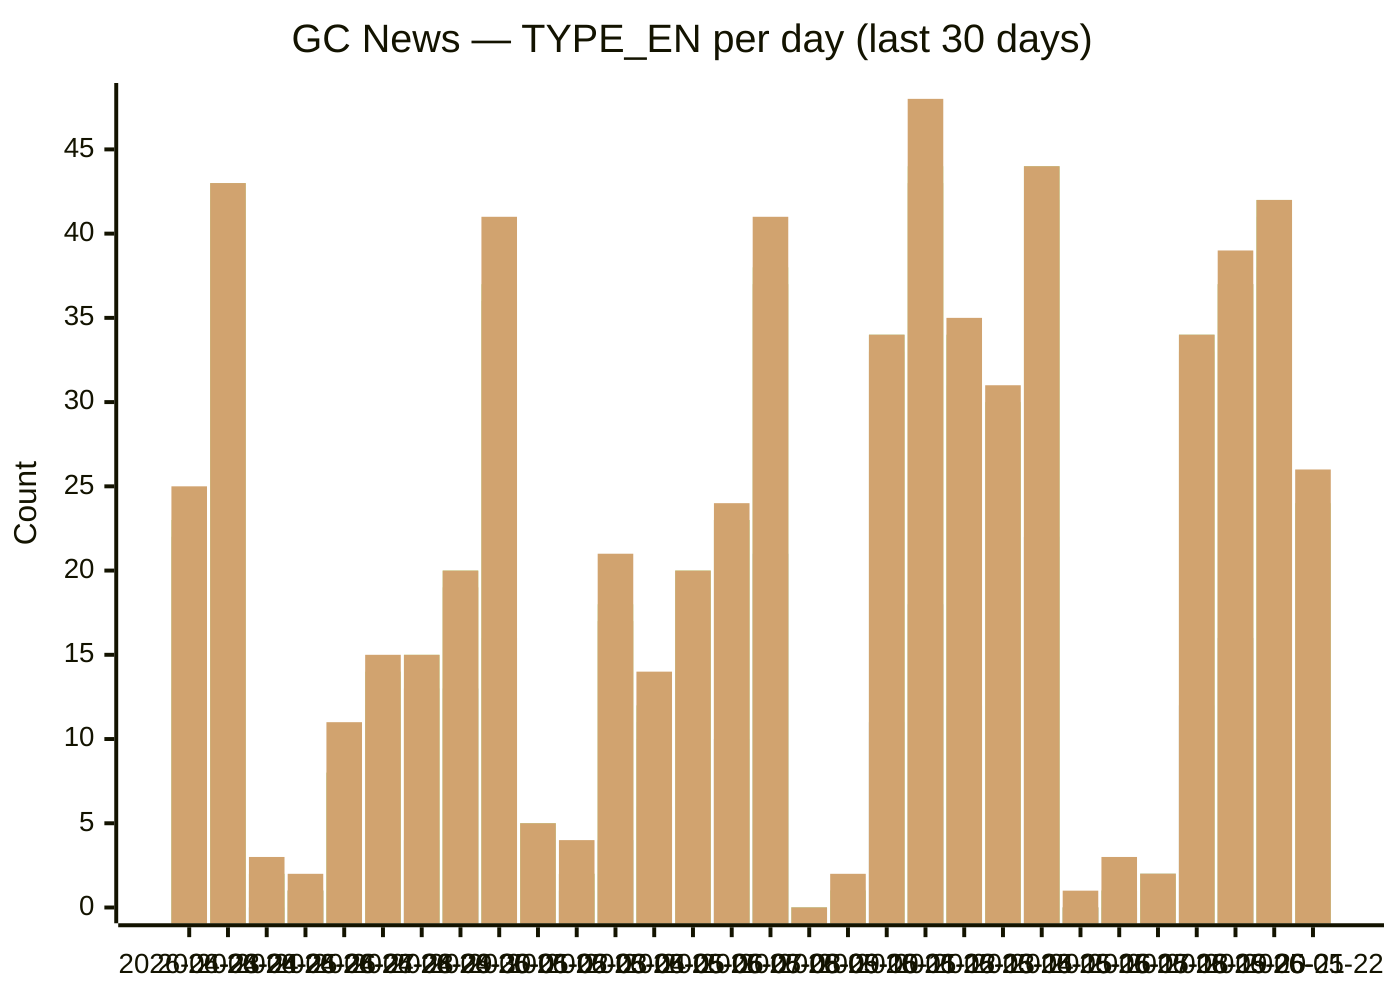
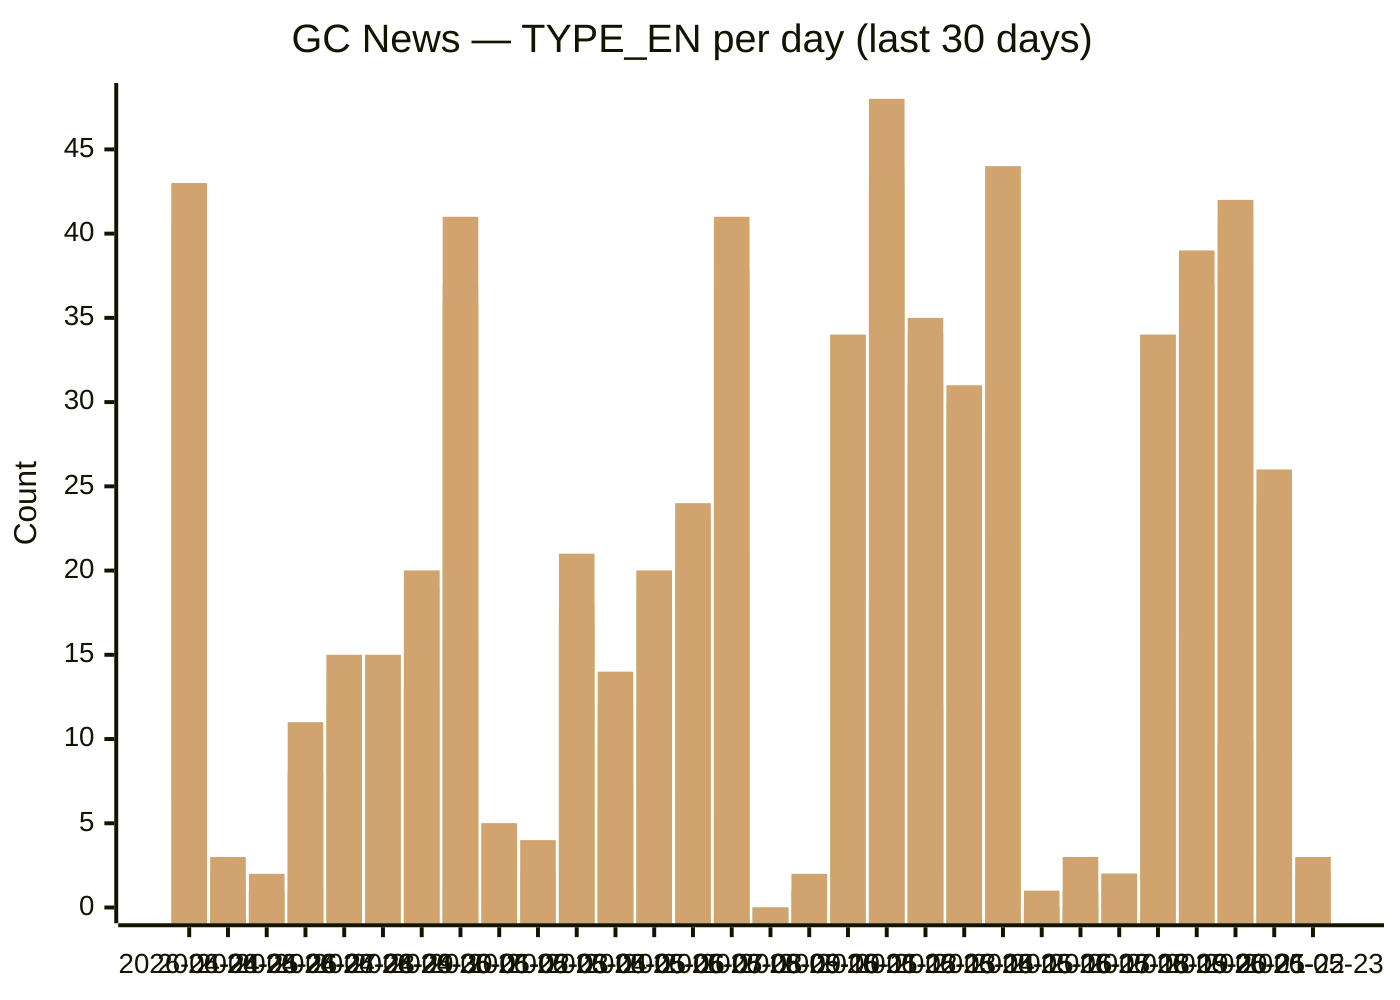
xychart-beta
  title "GC News — TYPE_EN per day (last 30 days)"
-   x-axis [2026-04-23, 2026-04-24, 2026-04-25, 2026-04-26, 2026-04-27, 2026-04-28, 2026-04-29, 2026-04-30, 2026-05-01, 2026-05-02, 2026-05-03, 2026-05-04, 2026-05-05, 2026-05-06, 2026-05-07, 2026-05-08, 2026-05-09, 2026-05-10, 2026-05-11, 2026-05-12, 2026-05-13, 2026-05-14, 2026-05-15, 2026-05-16, 2026-05-17, 2026-05-18, 2026-05-19, 2026-05-20, 2026-05-21, 2026-05-22]
+   x-axis [2026-04-24, 2026-04-25, 2026-04-26, 2026-04-27, 2026-04-28, 2026-04-29, 2026-04-30, 2026-05-01, 2026-05-02, 2026-05-03, 2026-05-04, 2026-05-05, 2026-05-06, 2026-05-07, 2026-05-08, 2026-05-09, 2026-05-10, 2026-05-11, 2026-05-12, 2026-05-13, 2026-05-14, 2026-05-15, 2026-05-16, 2026-05-17, 2026-05-18, 2026-05-19, 2026-05-20, 2026-05-21, 2026-05-22, 2026-05-23]
  y-axis "Count" 0 --> 48
-   bar backgrounders [1, 5, 0, 0, 1, 1, 0, 1, 1, 0, 0, 2, 1, 2, 0, 5, 0, 0, 2, 6, 2, 4, 5, 0, 0, 0, 1, 1, 3, 3]
-   bar "media advisories" [13, 6, 0, 1, 1, 7, 4, 13, 16, 0, 1, 4, 6, 7, 10, 21, 0, 0, 11, 18, 12, 12, 22, 0, 0, 2, 12, 16, 10, 9]
-   bar "news releases" [22, 41, 1, 1, 8, 11, 13, 19, 36, 5, 2, 17, 10, 18, 23, 37, 0, 1, 33, 43, 31, 28, 42, 0, 1, 2, 33, 37, 38, 23]
-   bar readouts [22, 42, 2, 1, 8, 12, 13, 19, 36, 5, 2, 17, 11, 19, 23, 37, 0, 1, 34, 43, 34, 29, 44, 0, 1, 2, 34, 37, 41, 23]
-   bar speeches [23, 43, 2, 1, 8, 14, 15, 20, 37, 5, 2, 18, 12, 20, 23, 38, 0, 1, 34, 44, 34, 30, 44, 0, 1, 2, 34, 37, 42, 24]
-   bar statements [25, 43, 3, 2, 11, 15, 15, 20, 41, 5, 4, 21, 14, 20, 24, 41, 0, 2, 34, 48, 35, 31, 44, 1, 3, 2, 34, 39, 42, 26]
+   bar backgrounders [5, 0, 0, 1, 1, 0, 1, 1, 0, 0, 2, 1, 2, 0, 5, 0, 0, 2, 6, 2, 4, 5, 0, 0, 0, 1, 1, 3, 3, 0]
+   bar "media advisories" [6, 0, 1, 1, 7, 4, 13, 16, 0, 1, 4, 6, 7, 10, 21, 0, 0, 11, 18, 12, 12, 22, 0, 0, 2, 12, 16, 10, 9, 1]
+   bar "news releases" [41, 1, 1, 8, 11, 13, 19, 36, 5, 2, 17, 10, 18, 23, 37, 0, 1, 33, 43, 31, 28, 42, 0, 1, 2, 33, 37, 38, 23, 2]
+   bar readouts [42, 2, 1, 8, 12, 13, 19, 36, 5, 2, 17, 11, 19, 23, 37, 0, 1, 34, 43, 34, 29, 44, 0, 1, 2, 34, 37, 41, 23, 2]
+   bar speeches [43, 2, 1, 8, 14, 15, 20, 37, 5, 2, 18, 12, 20, 23, 38, 0, 1, 34, 44, 34, 30, 44, 0, 1, 2, 34, 37, 42, 24, 2]
+   bar statements [43, 3, 2, 11, 15, 15, 20, 41, 5, 4, 21, 14, 20, 24, 41, 0, 2, 34, 48, 35, 31, 44, 1, 3, 2, 34, 39, 42, 26, 3]
